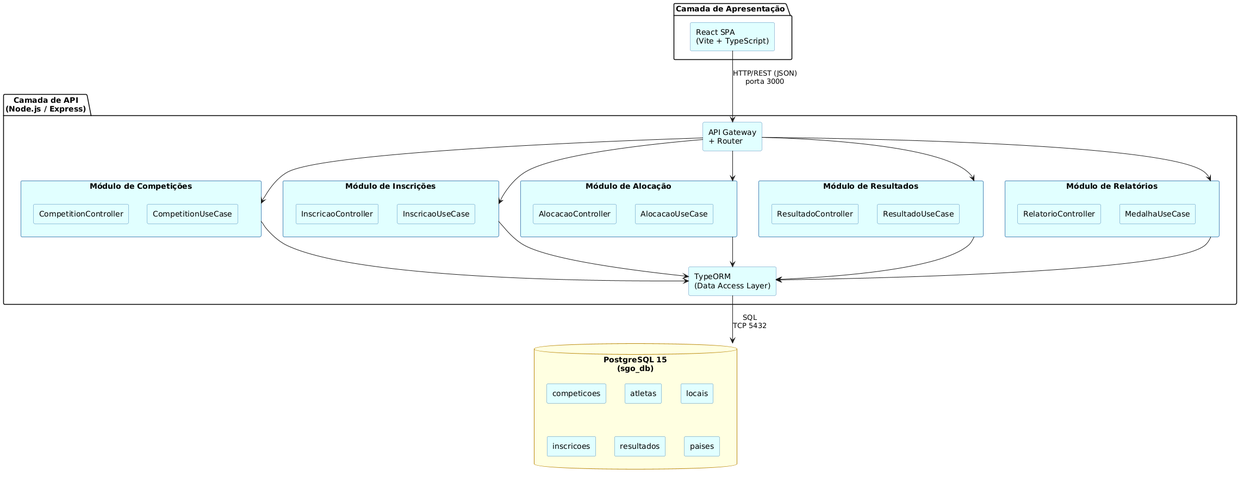
Before: imagens/diagrama-de-componentes.png, a diagram exported from PlantUML (mateusferrao/Trabalho---SGO---10-pts). The source it was exported from:
```plantuml
@startuml
skinparam componentStyle rectangle
skinparam component {
  BackgroundColor LightCyan
  BorderColor SteelBlue
}
skinparam database {
  BackgroundColor LightYellow
  BorderColor DarkGoldenRod
}

package "Camada de Apresentação" {
  [React SPA\n(Vite + TypeScript)] as SPA
}

package "Camada de API\n(Node.js / Express)" {
  [API Gateway\n+ Router] as Gateway

  component "Módulo de Competições" as ModComp {
    [CompetitionController]
    [CompetitionUseCase]
  }

  component "Módulo de Inscrições" as ModInsc {
    [InscricaoController]
    [InscricaoUseCase]
  }

  component "Módulo de Alocação" as ModAloc {
    [AlocacaoController]
    [AlocacaoUseCase]
  }

  component "Módulo de Resultados" as ModResult {
    [ResultadoController]
    [ResultadoUseCase]
  }

  component "Módulo de Relatórios" as ModRel {
    [RelatorioController]
    [MedalhaUseCase]
  }

  [TypeORM\n(Data Access Layer)] as ORM
}

database "PostgreSQL 15\n(sgo_db)" as DB {
  [competicoes]
  [atletas]
  [locais]
  [inscricoes]
  [resultados]
  [paises]
}

SPA --> Gateway : HTTP/REST (JSON)\nporta 3000
Gateway --> ModComp
Gateway --> ModInsc
Gateway --> ModAloc
Gateway --> ModResult
Gateway --> ModRel

ModComp --> ORM
ModInsc --> ORM
ModAloc --> ORM
ModResult --> ORM
ModRel --> ORM

ORM --> DB : SQL\nTCP 5432
@enduml
```
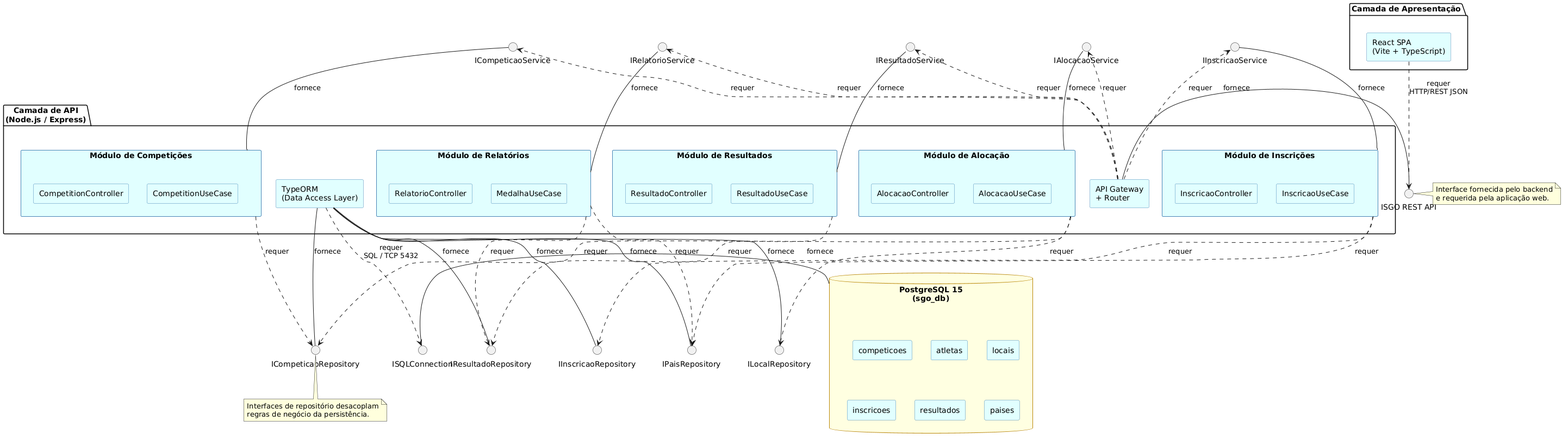
Above is the later version.

What changed in the source:
```diff
@@ -53,18 +53,60 @@
   [paises]
 }
 
-SPA --> Gateway : HTTP/REST (JSON)\nporta 3000
-Gateway --> ModComp
-Gateway --> ModInsc
-Gateway --> ModAloc
-Gateway --> ModResult
-Gateway --> ModRel
+() "ISGO REST API" as ISgoRest
+() "ICompeticaoService" as ICompSvc
+() "IInscricaoService" as IInscSvc
+() "IAlocacaoService" as IAlocSvc
+() "IResultadoService" as IResultSvc
+() "IRelatorioService" as IRelSvc
 
-ModComp --> ORM
-ModInsc --> ORM
-ModAloc --> ORM
-ModResult --> ORM
-ModRel --> ORM
+() "ICompeticaoRepository" as ICompRepo
+() "IInscricaoRepository" as IInscRepo
+() "ILocalRepository" as ILocalRepo
+() "IResultadoRepository" as IResultRepo
+() "IPaisRepository" as IPaisRepo
+() "ISQLConnection" as ISql
 
-ORM --> DB : SQL\nTCP 5432
+Gateway -left- ISgoRest : fornece
+SPA ..> ISgoRest : requer\nHTTP/REST JSON
+
+ModComp -up- ICompSvc : fornece
+ModInsc -up- IInscSvc : fornece
+ModAloc -up- IAlocSvc : fornece
+ModResult -up- IResultSvc : fornece
+ModRel -up- IRelSvc : fornece
+
+Gateway ..> ICompSvc : requer
+Gateway ..> IInscSvc : requer
+Gateway ..> IAlocSvc : requer
+Gateway ..> IResultSvc : requer
+Gateway ..> IRelSvc : requer
+
+ORM -down- ICompRepo : fornece
+ORM -down- IInscRepo : fornece
+ORM -down- ILocalRepo : fornece
+ORM -down- IResultRepo : fornece
+ORM -down- IPaisRepo : fornece
+
+ModComp ..> ICompRepo : requer
+ModInsc ..> IInscRepo : requer
+ModInsc ..> IPaisRepo : requer
+ModAloc ..> ILocalRepo : requer
+ModAloc ..> ICompRepo : requer
+ModResult ..> IResultRepo : requer
+ModRel ..> IResultRepo : requer
+ModRel ..> IPaisRepo : requer
+
+DB -left- ISql : fornece
+ORM ..> ISql : requer\nSQL / TCP 5432
+
+note right of ISgoRest
+  Interface fornecida pelo backend
+  e requerida pela aplicação web.
+end note
+
+note bottom of ICompRepo
+  Interfaces de repositório desacoplam
+  regras de negócio da persistência.
+end note
 @enduml
```
